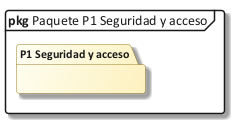
Earlier version of the PlantUML export Docs/diagramas/24_paq_p1.png (Kato-001/nova-salud).
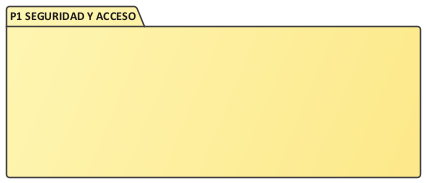
The same diagram one commit later.

Change to the diagram source:
```diff
@@ -1,7 +1,14 @@
 @startuml 24_paq_p1
 !include C:/Users/Sergio Estaca Paco/Desktop/HeadSalud/Docs/diagramas/estilo_ea.iuml
-mainframe **pkg** Paquete P1 Seguridad y acceso
-skinparam packageStyle folder
-package "P1 Seguridad y acceso" as PK {
+skinparam PackageBackgroundColor #FFF6B3/#FDE98A
+skinparam shadowing false
+package "P1 SEGURIDAD Y ACCESO" as PK {
+  skinparam rectangle<<oculto>> {
+    BackgroundColor transparent
+    BorderColor transparent
+    StereotypeFontSize 0
+    shadowing false
+  }
+  rectangle "<size:40>                                        </size>\n\n\n" <<oculto>> as X
 }
 @enduml
```
